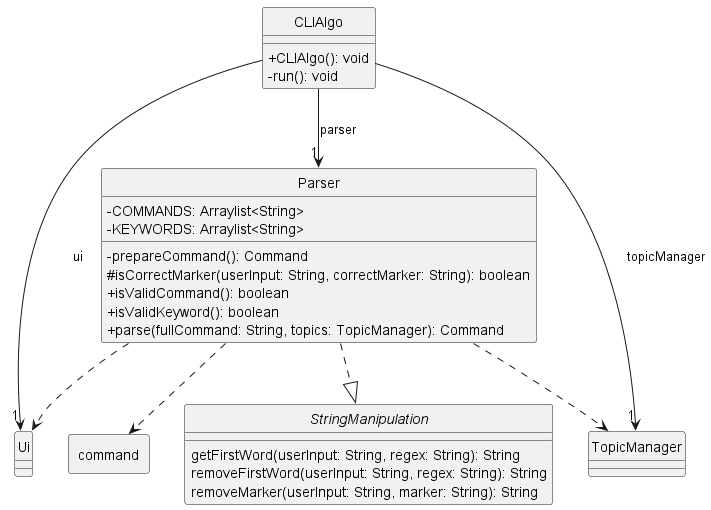
The PlantUML diagram docs/UML/diagrams/ParserClass.png in ong-ck/tp, before a commit.
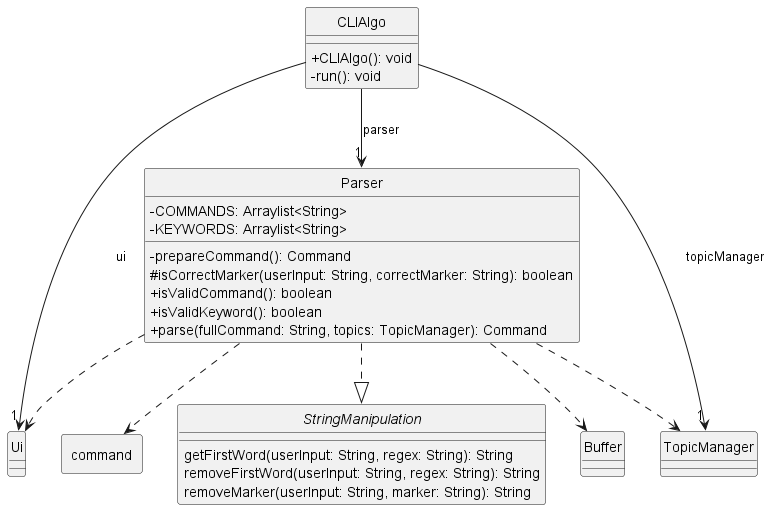
The same diagram one commit later.

Commit message:
Update all class diagram to include dependency on Buffer

What changed in the source:
```diff
@@ -24,6 +24,9 @@
 class TopicManager {
 }
 
+class Buffer {
+}
+
 class CLIAlgo {
 +CLIAlgo(): void
 -run(): void
@@ -39,6 +42,7 @@
 Parser ..> Ui
 Parser ..> TopicManager
 Parser ..> command
+Parser ..> Buffer
 
 
 @enduml
```
